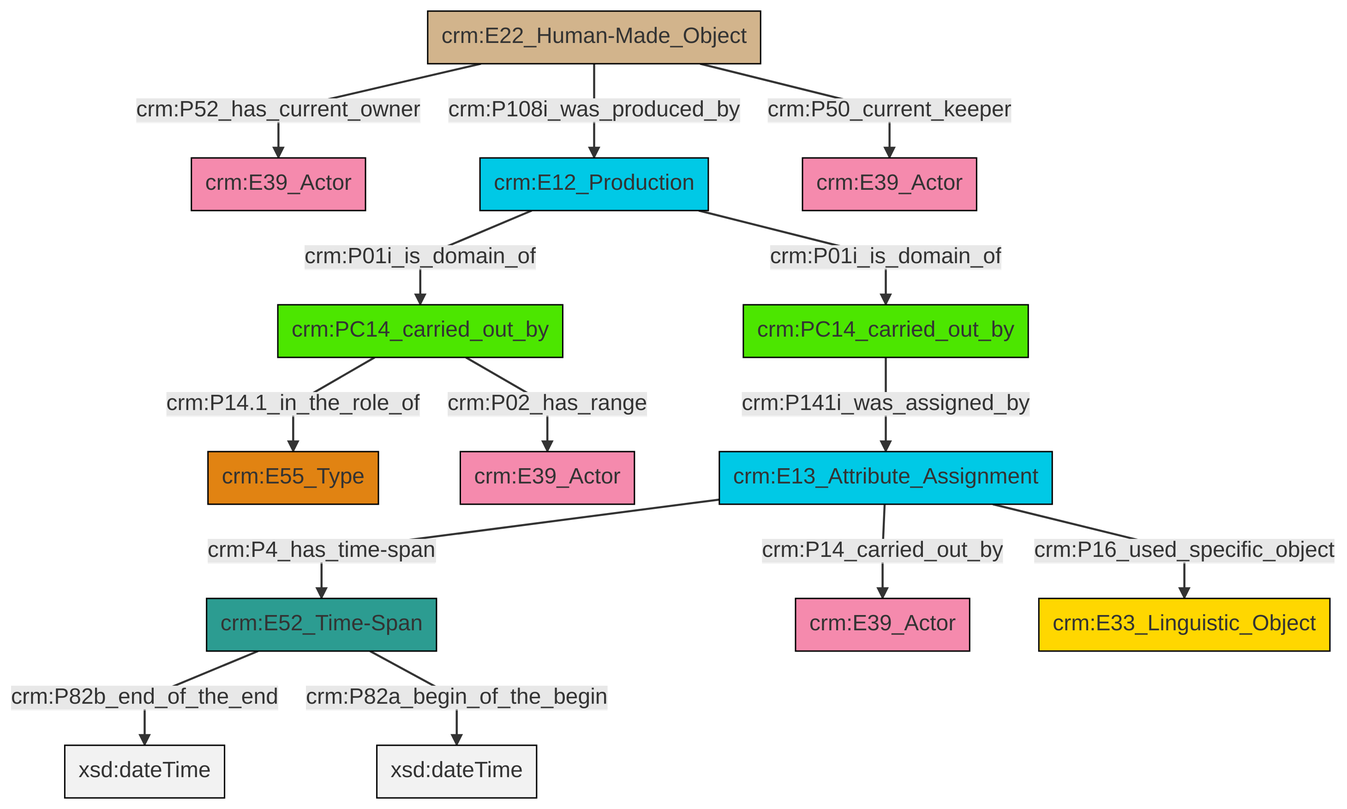
The Mermaid diagram et/carrierCSV/ttl/mmd/png/carrier_relations.png in swiss-art-research-net/docs.swissartresearch, before a commit. Its source is kept beside it as et/carrierCSV/ttl/mmd/carrier_relations.ttl.mmd.
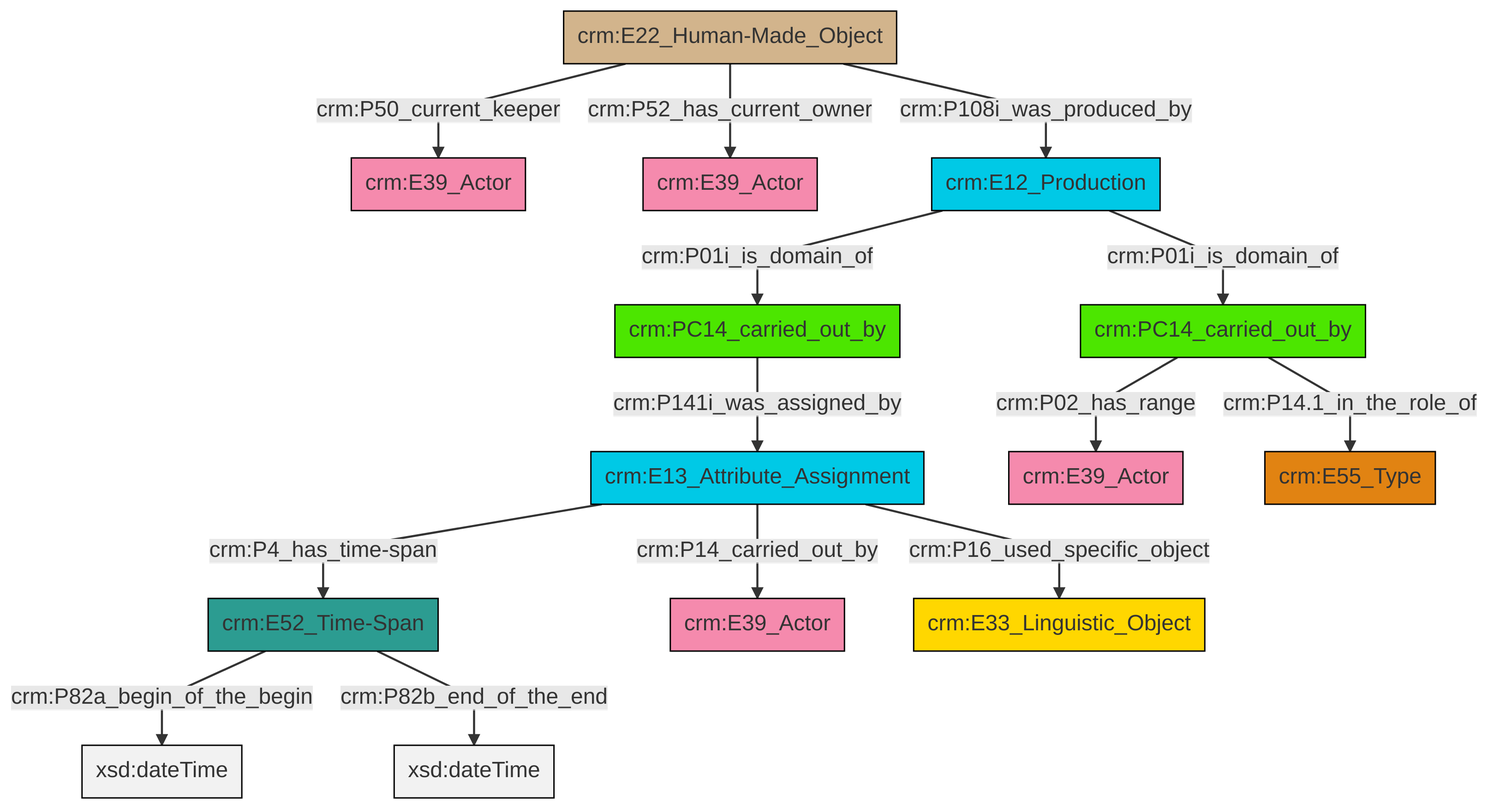
After the change.

Change to the diagram source:
```diff
@@ -13,16 +13,16 @@
 classDef PC_Classes fill:#4ce600, stroke:#000000;
 classDef Multi fill:#cccccc,stroke:#000000;
 
-0["crm:PC14_carried_out_by"]:::PC_Classes -->|crm:P14.1_in_the_role_of| 1["crm:E55_Type"]:::Type
-0["crm:PC14_carried_out_by"]:::PC_Classes -->|crm:P02_has_range| 2["crm:E39_Actor"]:::Actor
-3["crm:E22_Human-Made_Object"]:::Physical_Thing -->|crm:P52_has_current_owner| 4["crm:E39_Actor"]:::Actor
-6["crm:E52_Time-Span"]:::Time-Span -->|crm:P82b_end_of_the_end| 7[xsd:dateTime]:::Literal
-8["crm:E12_Production"]:::Temporal_Entity -->|crm:P01i_is_domain_of| 0["crm:PC14_carried_out_by"]:::PC_Classes
-10["crm:E13_Attribute_Assignment"]:::Temporal_Entity -->|crm:P14_carried_out_by| 11["crm:E39_Actor"]:::Actor
-10["crm:E13_Attribute_Assignment"]:::Temporal_Entity -->|crm:P16_used_specific_object| 14["crm:E33_Linguistic_Object"]:::Conceptual_Object
-20["crm:PC14_carried_out_by"]:::PC_Classes -->|crm:P141i_was_assigned_by| 10["crm:E13_Attribute_Assignment"]:::Temporal_Entity
-10["crm:E13_Attribute_Assignment"]:::Temporal_Entity -->|crm:P4_has_time-span| 6["crm:E52_Time-Span"]:::Time-Span
-6["crm:E52_Time-Span"]:::Time-Span -->|crm:P82a_begin_of_the_begin| 25[xsd:dateTime]:::Literal
-8["crm:E12_Production"]:::Temporal_Entity -->|crm:P01i_is_domain_of| 20["crm:PC14_carried_out_by"]:::PC_Classes
-3["crm:E22_Human-Made_Object"]:::Physical_Thing -->|crm:P50_current_keeper| 16["crm:E39_Actor"]:::Actor
-3["crm:E22_Human-Made_Object"]:::Physical_Thing -->|crm:P108i_was_produced_by| 8["crm:E12_Production"]:::Temporal_Entity
+0["crm:E13_Attribute_Assignment"]:::Temporal_Entity -->|crm:P4_has_time-span| 1["crm:E52_Time-Span"]:::Time-Span
+9["crm:E22_Human-Made_Object"]:::Physical_Thing -->|crm:P50_current_keeper| 10["crm:E39_Actor"]:::Actor
+0["crm:E13_Attribute_Assignment"]:::Temporal_Entity -->|crm:P16_used_specific_object| 12["crm:E33_Linguistic_Object"]:::Conceptual_Object
+9["crm:E22_Human-Made_Object"]:::Physical_Thing -->|crm:P52_has_current_owner| 13["crm:E39_Actor"]:::Actor
+0["crm:E13_Attribute_Assignment"]:::Temporal_Entity -->|crm:P14_carried_out_by| 5["crm:E39_Actor"]:::Actor
+16["crm:PC14_carried_out_by"]:::PC_Classes -->|crm:P14.1_in_the_role_of| 17["crm:E55_Type"]:::Type
+18["crm:E12_Production"]:::Temporal_Entity -->|crm:P01i_is_domain_of| 7["crm:PC14_carried_out_by"]:::PC_Classes
+16["crm:PC14_carried_out_by"]:::PC_Classes -->|crm:P02_has_range| 2["crm:E39_Actor"]:::Actor
+1["crm:E52_Time-Span"]:::Time-Span -->|crm:P82a_begin_of_the_begin| 21[xsd:dateTime]:::Literal
+7["crm:PC14_carried_out_by"]:::PC_Classes -->|crm:P141i_was_assigned_by| 0["crm:E13_Attribute_Assignment"]:::Temporal_Entity
+18["crm:E12_Production"]:::Temporal_Entity -->|crm:P01i_is_domain_of| 16["crm:PC14_carried_out_by"]:::PC_Classes
+9["crm:E22_Human-Made_Object"]:::Physical_Thing -->|crm:P108i_was_produced_by| 18["crm:E12_Production"]:::Temporal_Entity
+1["crm:E52_Time-Span"]:::Time-Span -->|crm:P82b_end_of_the_end| 24[xsd:dateTime]:::Literal
```
